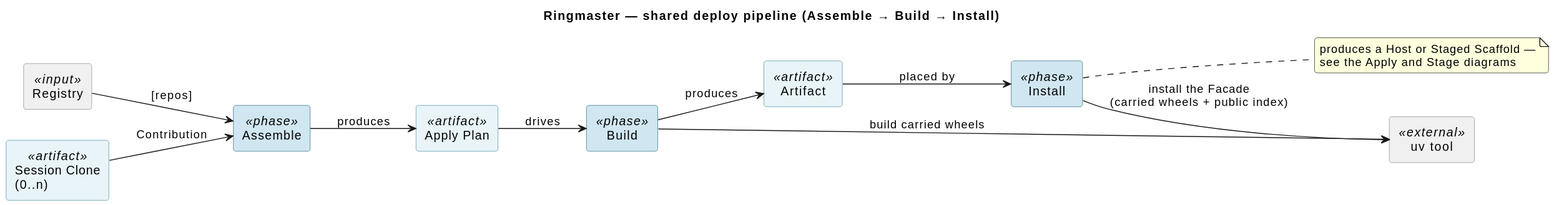
Before: machinery/ringmaster/docs/spec/architecture/pipeline.svg, a diagram exported from PlantUML (somehowsoftware/vaudeville).
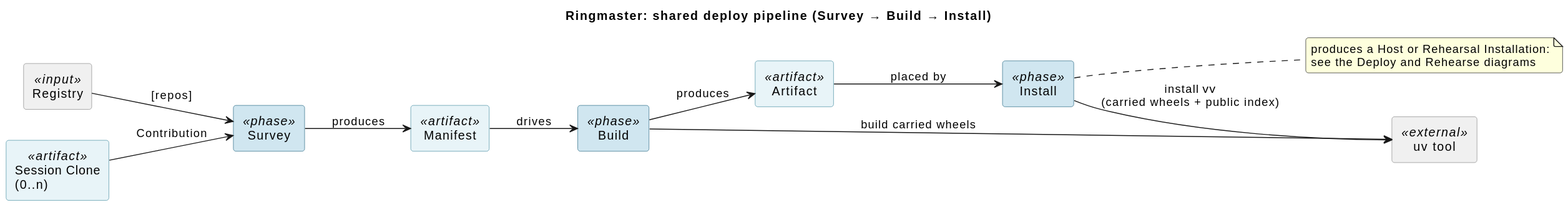
After the change.

Change to the diagram source:
```diff
@@ -2,27 +2,27 @@
 
 !include elements.puml
 
-title Ringmaster — shared deploy pipeline (Assemble → Build → Install)
+title Ringmaster: shared deploy pipeline (Survey → Build → Install)
 
 left to right direction
 
-rectangle "Assemble"   as assemble <<phase>>
-rectangle "Apply Plan" as plan     <<artifact>>
-rectangle "Build"      as build    <<phase>>
-rectangle "Install"    as install  <<phase>>
+rectangle "Survey"    as survey   <<phase>>
+rectangle "Manifest"  as manifest <<artifact>>
+rectangle "Build"     as build    <<phase>>
+rectangle "Install"   as install  <<phase>>
 
-registry --> assemble : ""[repos]""
-clone    --> assemble : Contribution
+registry --> survey   : ""[repos]""
+clone    --> survey   : Contribution
 
-assemble --> plan     : produces
-plan     --> build    : drives
+survey   --> manifest : produces
+manifest --> build    : drives
 build    --> uv       : build carried wheels
 build    --> artifact : produces
 
 artifact --> install  : placed by
-install  --> uv       : install the Facade\n(carried wheels + public index)
+install  --> uv       : install ""vv""\n(carried wheels + public index)
 
-note right of install : produces a Host or Staged Scaffold —\nsee the Apply and Stage diagrams
+note right of install : produces a Host or Rehearsal Installation:\nsee the Deploy and Rehearse diagrams
 
 remove @unlinked
 @enduml
```
